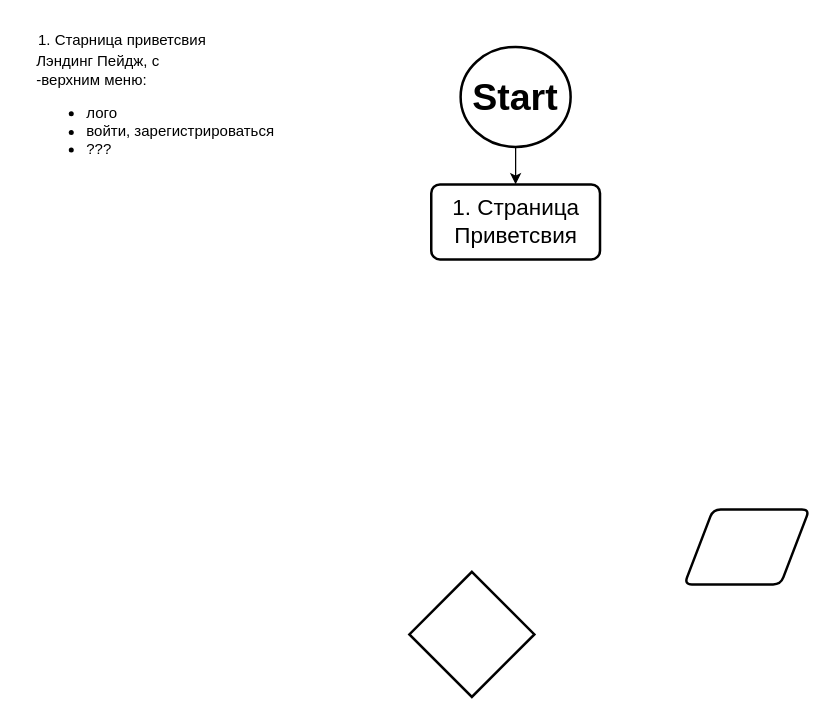
Above: lila_game.drawio in tocheniy/llg_diogram (draw.io), before the change. Source tidied: cells renumbered, new cells numbered last; positions are measured from the earlier drawing's top-left corner, leaving out a move shared by most shapes. Both pictures are drawn from the tidied source at 125%, with x=0, y=0 at pixel (21, 21).
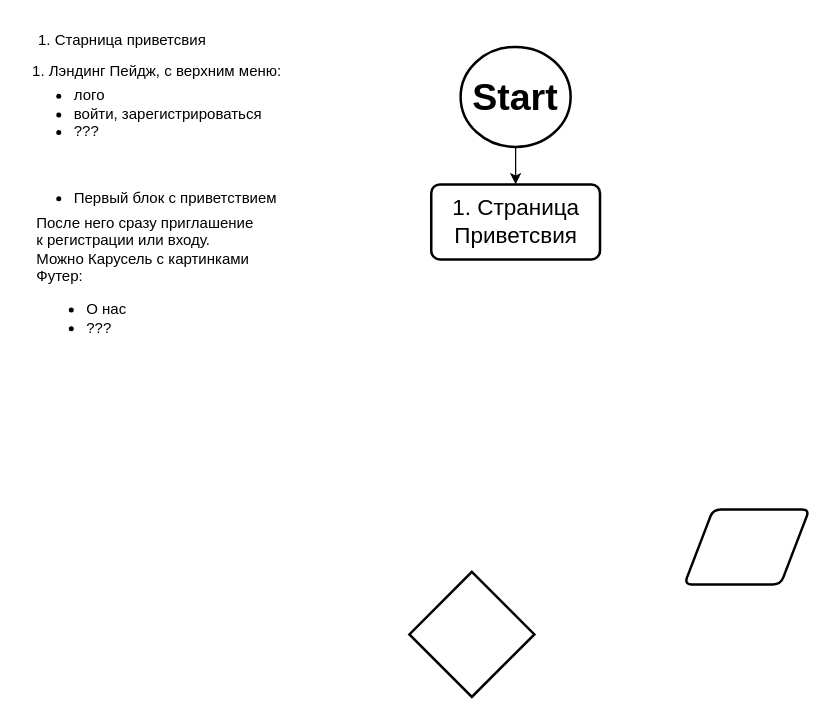
The same page after the edit.

What changed in the source:
```diff
@@
 <mxGraphModel>
   <root>
     <mxCell id="0" />
     <mxCell id="1" parent="0" />
     <mxCell id="2" style="strokeWidth=2;html=1;shape=mxgraph.flowchart.decision;whiteSpace=wrap;" parent="1" vertex="1">
       <mxGeometry x="310" y="440" width="100" height="100" as="geometry" />
     </mxCell>
     <mxCell id="3" style="shape=parallelogram;html=1;strokeWidth=2;perimeter=parallelogramPerimeter;whiteSpace=wrap;rounded=1;arcSize=12;size=0.23;" parent="1" vertex="1">
       <mxGeometry x="530" y="390" width="100" height="60" as="geometry" />
     </mxCell>
     <mxCell id="4" value="&lt;font style=&quot;font-size: 18px;&quot;&gt;1. Страница Приветсвия&lt;/font&gt;" style="rounded=1;whiteSpace=wrap;html=1;absoluteArcSize=1;arcSize=14;strokeWidth=2;" parent="1" vertex="1">
       <mxGeometry x="327.5" y="130" width="135" height="60" as="geometry" />
     </mxCell>
     <mxCell id="5" style="edgeStyle=orthogonalEdgeStyle;rounded=0;jettySize=auto;html=1;exitX=0.5;exitY=1;exitDx=0;exitDy=0;exitPerimeter=0;entryX=0.5;entryY=0;entryDx=0;entryDy=0;" parent="1" edge="1" source="6" target="4">
       <mxGeometry relative="1" as="geometry" />
     </mxCell>
     <mxCell id="6" value="&lt;font style=&quot;font-size: 30px;&quot;&gt;&lt;b&gt;Start&lt;/b&gt;&lt;/font&gt;" style="strokeWidth=2;html=1;shape=mxgraph.flowchart.start_2;whiteSpace=wrap;" parent="1" vertex="1">
       <mxGeometry x="351" y="20" width="88" height="80" as="geometry" />
     </mxCell>
     <mxCell id="7" value="1. Старница приветсвия" style="text;html=1;align=center;verticalAlign=middle;strokeColor=none;fillColor=none;" parent="1" vertex="1">
       <mxGeometry width="160" height="30" as="geometry" />
     </mxCell>
-    <mxCell id="8" value="Лэндинг Пейдж, с&amp;nbsp;&lt;div&gt;-верхним меню:&lt;div&gt;&lt;ul&gt;&lt;li&gt;лого&lt;/li&gt;&lt;li&gt;войти, зарегистрироваться&lt;/li&gt;&lt;li&gt;???&lt;/li&gt;&lt;/ul&gt;&lt;/div&gt;&lt;/div&gt;&lt;div&gt;&lt;br&gt;&lt;/div&gt;" style="text;html=1;align=left;verticalAlign=middle;strokeColor=none;fillColor=none;" parent="1" vertex="1">
-      <mxGeometry x="10" y="20" width="210" height="120" as="geometry" />
+    <mxCell id="8" value="&lt;ol style=&quot;padding-left: 10px; margin-bottom: 5px; margin-top: 5px;&quot;&gt;&lt;li&gt;Лэндинг Пейдж, с&amp;nbsp;&lt;span style=&quot;background-color: initial;&quot;&gt;верхним меню:&lt;/span&gt;&lt;/li&gt;&lt;/ol&gt;&lt;div&gt;&lt;div&gt;&lt;ul style=&quot;padding-left: 30px; margin-top: 5px; padding-bottom: 0px; margin-bottom: 5px;&quot;&gt;&lt;li&gt;&lt;span style=&quot;background-color: initial;&quot;&gt;лого&lt;/span&gt;&lt;/li&gt;&lt;li&gt;войти, зарегистрироваться&lt;/li&gt;&lt;li&gt;???&lt;/li&gt;&lt;/ul&gt;&lt;div&gt;&lt;br&gt;&lt;/div&gt;&lt;/div&gt;&lt;div&gt;&lt;br&gt;&lt;/div&gt;&lt;div&gt;&lt;ul style=&quot;padding-left: 30px; margin-top: 5px; padding-bottom: 0px; margin-bottom: 5px;&quot;&gt;&lt;li&gt;Первый блок с приветствием&lt;/li&gt;&lt;/ul&gt;&lt;/div&gt;&lt;div&gt;После него сразу приглашение&amp;nbsp;&lt;/div&gt;&lt;div&gt;к регистрации или входу.&lt;/div&gt;&lt;div&gt;Можно Карусель с картинками&lt;/div&gt;&lt;div&gt;Футер:&lt;/div&gt;&lt;div&gt;&lt;ul&gt;&lt;li&gt;О нас&lt;/li&gt;&lt;li&gt;???&lt;/li&gt;&lt;/ul&gt;&lt;div&gt;&lt;br&gt;&lt;/div&gt;&lt;div&gt;&lt;br&gt;&lt;/div&gt;&lt;/div&gt;&lt;/div&gt;" style="text;html=1;align=left;verticalAlign=middle;strokeColor=none;fillColor=none;" parent="1" vertex="1">
+      <mxGeometry x="10" y="20" width="220" height="280" as="geometry" />
     </mxCell>
   </root>
 </mxGraphModel>
```
